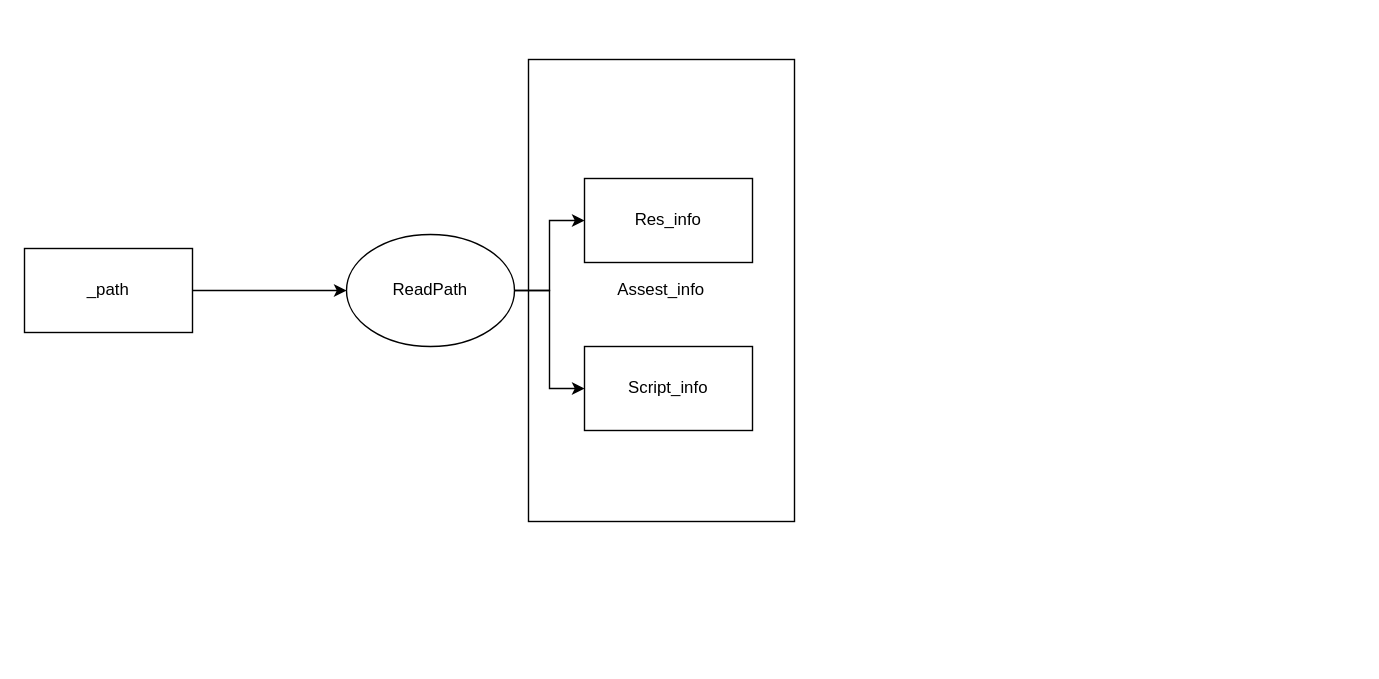
The draw.io diagram 未命名绘图.drawio in linfen0/seatwork, before the edit. Source tidied: cells renumbered, new cells numbered last; positions are measured from the earlier drawing's top-left corner, leaving out a move shared by most shapes. Both pictures are drawn from the tidied source at 140%, with x=0, y=0 at pixel (24, 59).
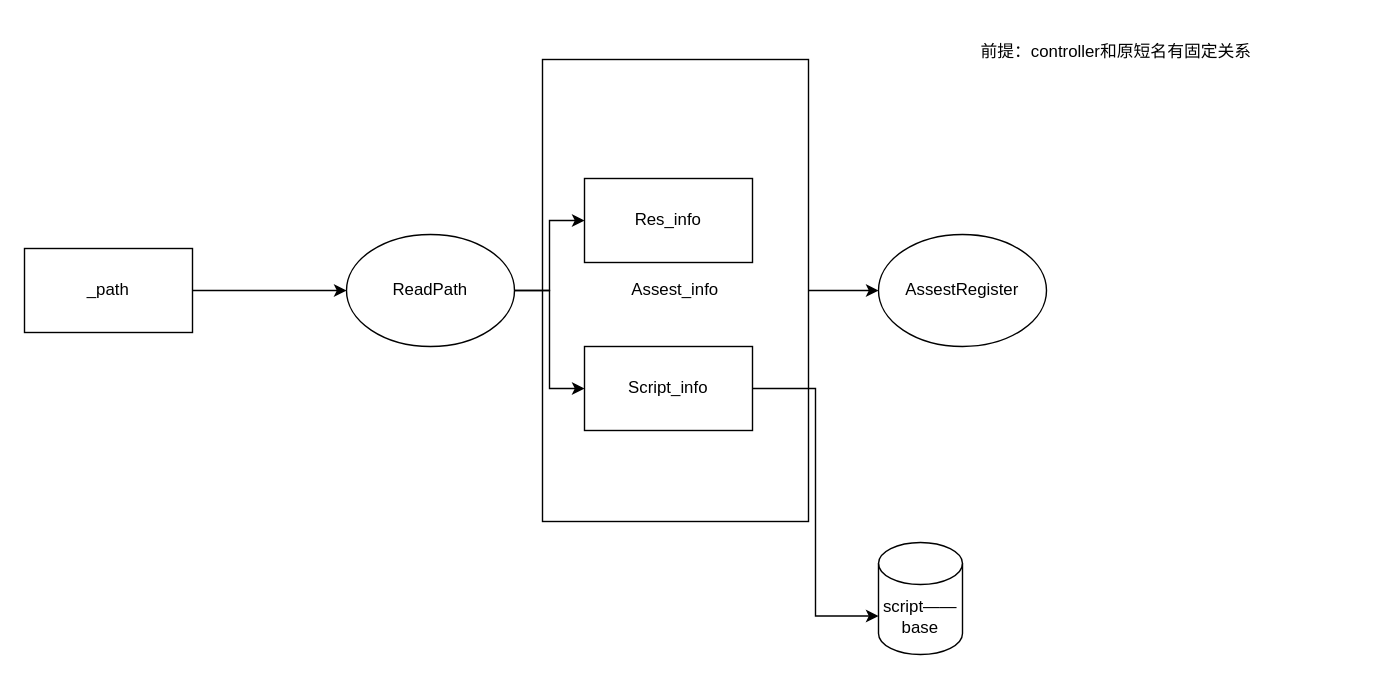
After the change.

Commit message (it also covers changes not shown here):
更新未命名绘图.drawio

What changed in the source:
```diff
@@
 <mxGraphModel>
   <root>
     <mxCell id="0" />
     <mxCell id="1" parent="0" />
+    <mxCell id="10" style="edgeStyle=orthogonalEdgeStyle;rounded=0;jettySize=auto;html=1;" parent="1" edge="1" source="2" target="11">
+      <mxGeometry relative="1" as="geometry" />
+    </mxCell>
     <mxCell id="2" value="Assest_info" style="rounded=0;whiteSpace=wrap;html=1;" parent="1" vertex="1">
-      <mxGeometry x="360" width="190" height="330" as="geometry" />
+      <mxGeometry x="370" width="190" height="330" as="geometry" />
     </mxCell>
     <mxCell id="3" style="edgeStyle=orthogonalEdgeStyle;rounded=0;jettySize=auto;html=1;" parent="1" edge="1" source="4">
       <mxGeometry relative="1" as="geometry">
         <mxPoint x="230" y="165" as="targetPoint" />
       </mxGeometry>
     </mxCell>
     <mxCell id="4" value="_path" style="rounded=0;whiteSpace=wrap;html=1;" parent="1" vertex="1">
       <mxGeometry y="135" width="120" height="60" as="geometry" />
     </mxCell>
     <mxCell id="5" value="Res_info" style="rounded=0;whiteSpace=wrap;html=1;" parent="1" vertex="1">
       <mxGeometry x="400" y="85" width="120" height="60" as="geometry" />
     </mxCell>
     <mxCell id="6" style="edgeStyle=orthogonalEdgeStyle;rounded=0;jettySize=auto;html=1;" parent="1" edge="1" source="8" target="5">
       <mxGeometry relative="1" as="geometry" />
     </mxCell>
     <mxCell id="7" style="edgeStyle=orthogonalEdgeStyle;rounded=0;jettySize=auto;html=1;entryX=0;entryY=0.5;entryDx=0;entryDy=0;" parent="1" edge="1" source="8" target="9">
       <mxGeometry relative="1" as="geometry" />
     </mxCell>
     <mxCell id="8" value="ReadPath" style="ellipse;whiteSpace=wrap;html=1;" parent="1" vertex="1">
       <mxGeometry x="230" y="125" width="120" height="80" as="geometry" />
     </mxCell>
     <mxCell id="9" value="Script_info" style="rounded=0;whiteSpace=wrap;html=1;" parent="1" vertex="1">
       <mxGeometry x="400" y="205" width="120" height="60" as="geometry" />
     </mxCell>
+    <mxCell id="11" value="AssestRegister" style="ellipse;whiteSpace=wrap;html=1;" parent="1" vertex="1">
+      <mxGeometry x="610" y="125" width="120" height="80" as="geometry" />
+    </mxCell>
+    <mxCell id="12" value="前提：controller和原短名有固定关系" style="text;html=1;align=center;verticalAlign=middle;whiteSpace=wrap;rounded=0;" parent="1" vertex="1">
+      <mxGeometry x="610" y="-25" width="340" height="40" as="geometry" />
+    </mxCell>
+    <mxCell id="13" value="script——base" style="shape=cylinder3;whiteSpace=wrap;html=1;boundedLbl=1;backgroundOutline=1;size=15;" parent="1" vertex="1">
+      <mxGeometry x="610" y="345" width="60" height="80" as="geometry" />
+    </mxCell>
+    <mxCell id="14" style="edgeStyle=orthogonalEdgeStyle;rounded=0;jettySize=auto;html=1;entryX=0;entryY=0;entryDx=0;entryDy=52.5;entryPerimeter=0;" parent="1" edge="1" source="9" target="13">
+      <mxGeometry relative="1" as="geometry" />
+    </mxCell>
   </root>
 </mxGraphModel>
```
